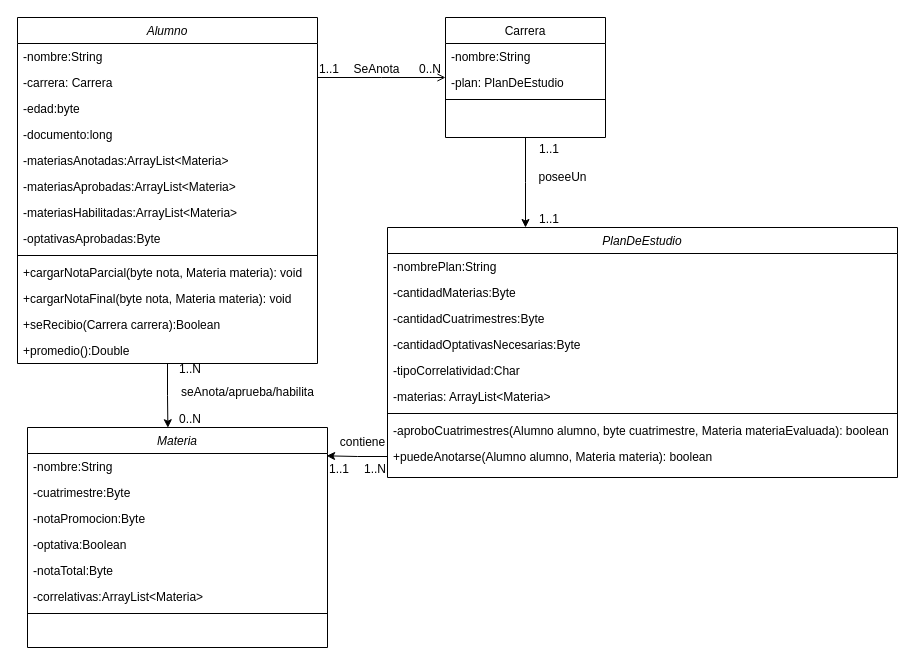
Before: IntegradorPoo.drawio in lucasvela1/Proyectos-practicas, a draw.io diagram. Source tidied: cells renumbered, new cells numbered last; positions are measured from the earlier drawing's top-left corner, leaving out a move shared by most shapes. Both pictures are drawn from the tidied source at 100%, with x=0, y=0 at pixel (17, 17).
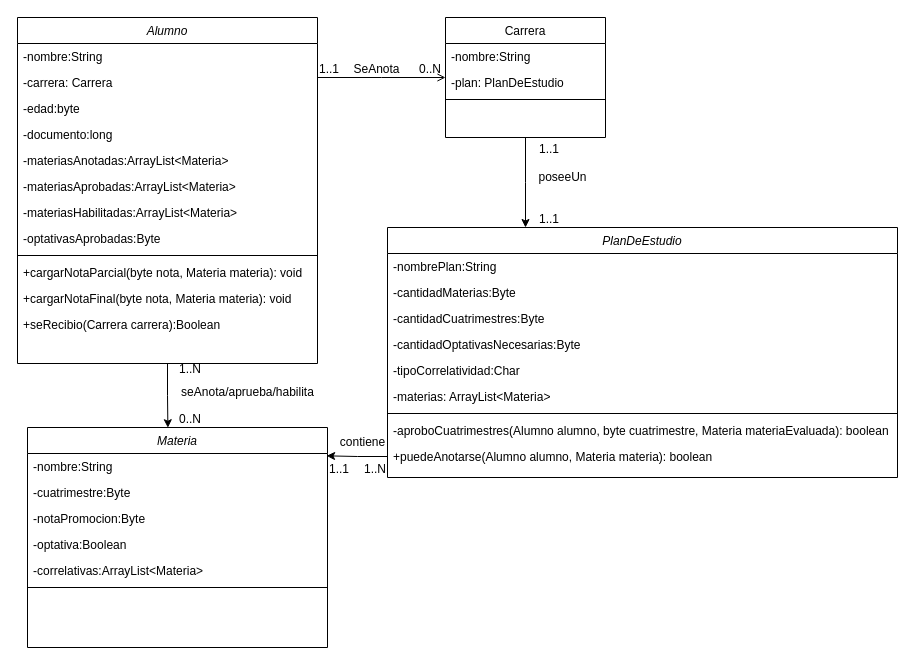
After the change.

The change refers to these unchanged cells:
```xml
<mxCell id="2" value="Alumno" style="swimlane;fontStyle=2;align=center;verticalAlign=top;horizontal=1;startSize=26;rounded=0;shadow=0;strokeWidth=1;" parent="1" vertex="1">
  <mxGeometry width="300" height="346" as="geometry" />
</mxCell>
<mxCell id="35" value="Materia" style="swimlane;fontStyle=2;align=center;verticalAlign=top;horizontal=1;startSize=26;rounded=0;shadow=0;strokeWidth=1;" parent="1" vertex="1">
  <mxGeometry x="10" y="410" width="300" height="220" as="geometry" />
</mxCell>
```

The edit, as a diff of the source:
```diff
@@
-    <mxCell id="15" value="+promedio():Double" style="text;align=left;verticalAlign=top;spacingLeft=4;spacingRight=4;overflow=hidden;" parent="2" vertex="1">
-      <mxGeometry y="320" width="300" height="26" as="geometry" />
-    </mxCell>
@@
-    <mxCell id="40" value="-notaTotal:Byte" style="text;align=left;verticalAlign=top;spacingLeft=4;spacingRight=4;overflow=hidden;rounded=0;shadow=0;html=0;" parent="35" vertex="1">
-      <mxGeometry y="130" width="300" height="26" as="geometry" />
-    </mxCell>
     <mxCell id="41" value="-correlativas:ArrayList&lt;Materia&gt;" style="text;align=left;verticalAlign=top;spacingLeft=4;spacingRight=4;overflow=hidden;rounded=0;shadow=0;html=0;" parent="35" vertex="1">
-      <mxGeometry y="156" width="300" height="26" as="geometry" />
+      <mxGeometry y="130" width="300" height="26" as="geometry" />
     </mxCell>
     <mxCell id="42" style="line;html=1;strokeWidth=1;align=left;verticalAlign=middle;spacingTop=-1;spacingLeft=3;spacingRight=3;labelPosition=right;" parent="35" vertex="1">
-      <mxGeometry y="182" width="300" height="8" as="geometry" />
+      <mxGeometry y="156" width="300" height="8" as="geometry" />
     </mxCell>
```
